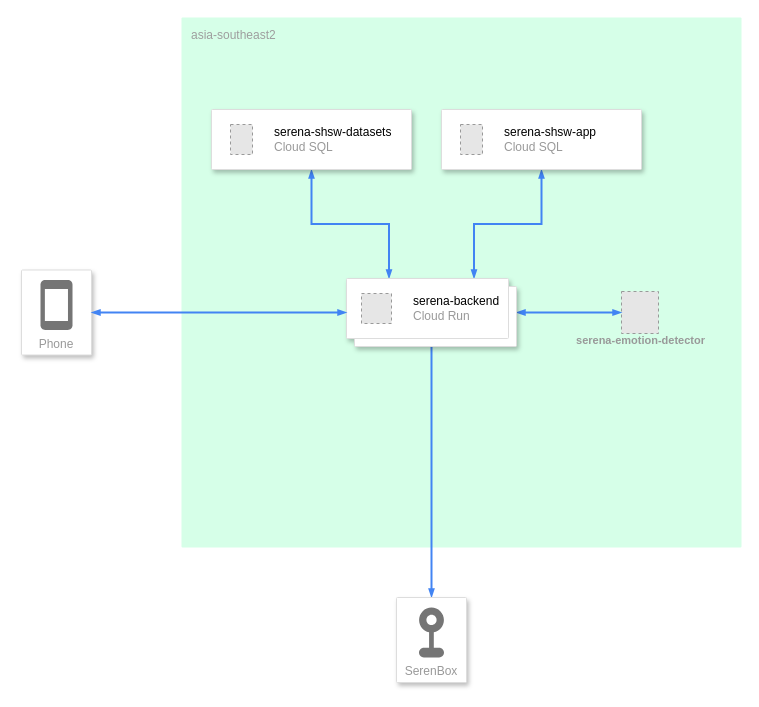
Serena-Smart-Home-Smart-Wellbeing/serena-infrastructure keeps this draw.io diagram as architecture-diagram/serena-architecture.drawio. Above is the earlier version. Source tidied: cells renumbered, new cells numbered last; positions are measured from the earlier drawing's top-left corner, leaving out a move shared by most shapes. Both pictures are drawn from the tidied source at 100%, with x=0, y=0 at pixel (21, 17). Pictures stored in the file or linked from it are replaced by grey dashed boxes.
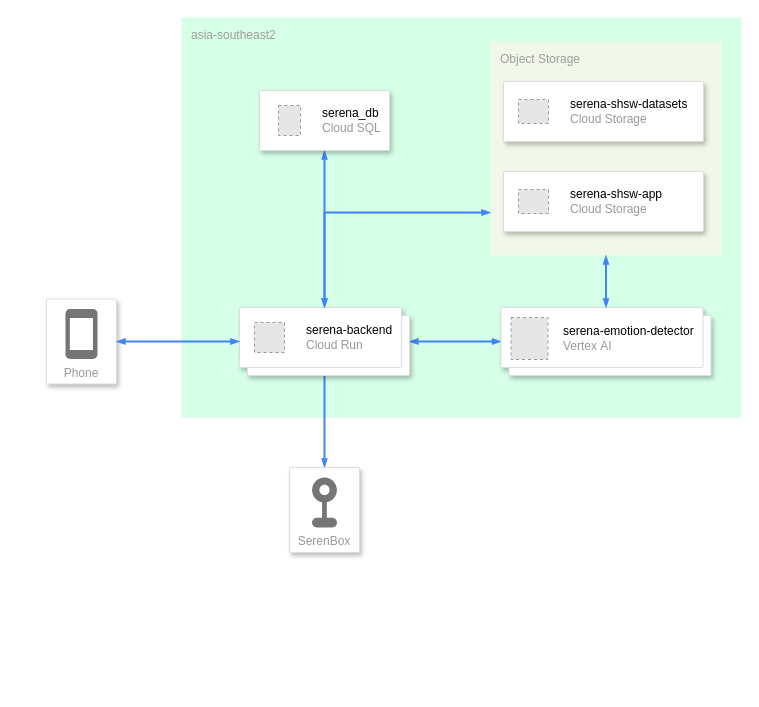
Above is the later version.

Change to the diagram source:
```diff
@@
     <mxCell id="2" value="Phone" style="strokeColor=#dddddd;shadow=1;strokeWidth=1;rounded=1;absoluteArcSize=1;arcSize=2;labelPosition=center;verticalLabelPosition=middle;align=center;verticalAlign=bottom;spacingLeft=0;fontColor=#999999;fontSize=12;whiteSpace=wrap;spacingBottom=2;html=1;" parent="1" vertex="1">
-      <mxGeometry y="252.5" width="70" height="85" as="geometry" />
+      <mxGeometry x="25" y="281.5" width="70" height="85" as="geometry" />
     </mxCell>
@@
     <mxCell id="4" value="asia-southeast2" style="sketch=0;rounded=1;absoluteArcSize=1;arcSize=2;html=1;strokeColor=none;gradientColor=none;shadow=0;dashed=0;fontSize=12;fontColor=#9E9E9E;align=left;verticalAlign=top;spacing=10;spacingTop=-4;whiteSpace=wrap;fillColor=#D6FFE8;glass=0;" parent="1" vertex="1">
-      <mxGeometry x="160" width="560" height="530" as="geometry" />
+      <mxGeometry x="160" width="560" height="400" as="geometry" />
     </mxCell>
-    <mxCell id="5" value="serena-emotion-detector" style="fillColor=#E6E6E6;strokeColor=#999999;dashed=1;html=1;verticalAlign=top;labelPosition=center;verticalLabelPosition=bottom;align=center;spacingTop=-6;fontSize=11;fontStyle=1;fontColor=#999999;" parent="1" vertex="1">
-      <mxGeometry x="600" y="274" width="37" height="42" as="geometry" />
-    </mxCell>
-    <mxCell id="6" style="edgeStyle=orthogonalEdgeStyle;shape=connector;rounded=0;jettySize=auto;html=1;exitX=0.25;exitY=0;exitDx=0;exitDy=0;dashed=0;labelBackgroundColor=default;strokeColor=#4284F3;strokeWidth=2;align=center;verticalAlign=middle;fontFamily=Helvetica;fontSize=12;fontColor=default;endArrow=blockThin;endFill=1;startSize=4;endSize=4;startArrow=blockThin;startFill=1;" parent="1" edge="1" source="10" target="13">
-      <mxGeometry relative="1" as="geometry" />
-    </mxCell>
-    <mxCell id="7" style="edgeStyle=orthogonalEdgeStyle;shape=connector;rounded=0;jettySize=auto;html=1;exitX=0.75;exitY=0;exitDx=0;exitDy=0;dashed=0;labelBackgroundColor=default;strokeColor=#4284F3;strokeWidth=2;align=center;verticalAlign=middle;fontFamily=Helvetica;fontSize=12;fontColor=default;endArrow=blockThin;endFill=1;startSize=4;endSize=4;startArrow=blockThin;startFill=1;" parent="1" edge="1" source="10" target="15">
-      <mxGeometry relative="1" as="geometry" />
-    </mxCell>
@@
-    <mxCell id="9" style="edgeStyle=orthogonalEdgeStyle;shape=connector;rounded=0;jettySize=auto;html=1;exitX=1;exitY=0.5;exitDx=0;exitDy=0;dashed=0;labelBackgroundColor=default;strokeColor=#4284F3;strokeWidth=2;align=center;verticalAlign=middle;fontFamily=Helvetica;fontSize=12;fontColor=default;endArrow=blockThin;endFill=1;startSize=4;endSize=4;startArrow=blockThin;startFill=1;" parent="1" edge="1" source="10" target="5">
-      <mxGeometry relative="1" as="geometry" />
-    </mxCell>
+    <mxCell id="19" style="edgeStyle=orthogonalEdgeStyle;shape=connector;rounded=0;jettySize=auto;html=1;dashed=0;labelBackgroundColor=default;strokeColor=#4284F3;strokeWidth=2;align=center;verticalAlign=middle;fontFamily=Helvetica;fontSize=12;fontColor=default;endArrow=blockThin;endFill=1;startSize=4;endSize=4;startArrow=blockThin;startFill=1;" parent="1" edge="1" source="10" target="32">
+      <mxGeometry relative="1" as="geometry" />
+    </mxCell>
     <mxCell id="10" style="shape=mxgraph.gcp2.doubleRect;strokeColor=#dddddd;shadow=1;strokeWidth=1;rounded=1;absoluteArcSize=1;arcSize=2;" parent="1" vertex="1">
-      <mxGeometry x="325" y="261" width="170" height="68" as="geometry" />
+      <mxGeometry x="218" y="290" width="170" height="68" as="geometry" />
     </mxCell>
@@
-    <mxCell id="13" style="strokeColor=#dddddd;shadow=1;strokeWidth=1;rounded=1;absoluteArcSize=1;arcSize=2;" parent="1" vertex="1">
-      <mxGeometry x="190" y="92" width="200" height="60" as="geometry" />
-    </mxCell>
-    <mxCell id="14" value="&lt;font color=&quot;#000000&quot;&gt;serena-shsw-datasets&lt;br&gt;&lt;/font&gt;Cloud SQL" style="fillColor=#E6E6E6;strokeColor=#999999;dashed=1;html=1;fontColor=#999999;verticalLabelPosition=middle;labelBackgroundColor=#ffffff;verticalAlign=middle;labelPosition=right;align=left;spacingLeft=20;" parent="13" vertex="1">
-      <mxGeometry width="22" height="30" relative="1" as="geometry">
-        <mxPoint x="19" y="15" as="offset" />
-      </mxGeometry>
-    </mxCell>
-    <mxCell id="15" style="strokeColor=#dddddd;shadow=1;strokeWidth=1;rounded=1;absoluteArcSize=1;arcSize=2;" parent="1" vertex="1">
-      <mxGeometry x="420" y="92" width="200" height="60" as="geometry" />
-    </mxCell>
-    <mxCell id="16" value="&lt;font color=&quot;#000000&quot;&gt;serena-shsw-app&lt;br&gt;&lt;/font&gt;Cloud SQL" style="fillColor=#E6E6E6;strokeColor=#999999;dashed=1;html=1;fontColor=#999999;verticalLabelPosition=middle;labelBackgroundColor=#ffffff;verticalAlign=middle;labelPosition=right;align=left;spacingLeft=20;" parent="15" vertex="1">
-      <mxGeometry width="22" height="30" relative="1" as="geometry">
-        <mxPoint x="19" y="15" as="offset" />
-      </mxGeometry>
-    </mxCell>
     <mxCell id="17" value="SerenBox" style="strokeColor=#dddddd;shadow=1;strokeWidth=1;rounded=1;absoluteArcSize=1;arcSize=2;labelPosition=center;verticalLabelPosition=middle;align=center;verticalAlign=bottom;spacingLeft=0;fontColor=#999999;fontSize=12;whiteSpace=wrap;spacingBottom=2;html=1;fontFamily=Helvetica;" parent="1" vertex="1">
-      <mxGeometry x="375" y="580" width="70" height="85" as="geometry" />
+      <mxGeometry x="268" y="450" width="70" height="85" as="geometry" />
     </mxCell>
@@
+    <mxCell id="20" style="edgeStyle=orthogonalEdgeStyle;shape=connector;rounded=0;jettySize=auto;html=1;dashed=0;labelBackgroundColor=default;strokeColor=#4284F3;strokeWidth=2;align=center;verticalAlign=middle;fontFamily=Helvetica;fontSize=12;fontColor=default;endArrow=blockThin;endFill=1;startSize=4;endSize=4;startArrow=blockThin;startFill=1;" parent="1" edge="1" source="21" target="10">
+      <mxGeometry relative="1" as="geometry" />
+    </mxCell>
+    <mxCell id="21" style="strokeColor=#dddddd;shadow=1;strokeWidth=1;rounded=1;absoluteArcSize=1;arcSize=2;fontFamily=Helvetica;fontSize=12;fontColor=default;" parent="1" vertex="1">
+      <mxGeometry x="238" y="73" width="130" height="60" as="geometry" />
+    </mxCell>
+    <mxCell id="22" value="&lt;font color=&quot;#000000&quot;&gt;serena_db&lt;/font&gt;&lt;br&gt;Cloud SQL" style="fillColor=#E6E6E6;strokeColor=#999999;dashed=1;html=1;fontColor=#999999;verticalLabelPosition=middle;labelBackgroundColor=#ffffff;verticalAlign=middle;labelPosition=right;align=left;spacingLeft=20;fontFamily=Helvetica;fontSize=12;" parent="21" vertex="1">
+      <mxGeometry width="22" height="30" relative="1" as="geometry">
+        <mxPoint x="19" y="15" as="offset" />
+      </mxGeometry>
+    </mxCell>
+    <mxCell id="23" style="group;" parent="1" vertex="1">
+      <mxGeometry x="469" y="24" width="231" height="214" as="geometry" />
+    </mxCell>
+    <mxCell id="24" value="Object Storage" style="sketch=0;points=[[0,0,0],[0.25,0,0],[0.5,0,0],[0.75,0,0],[1,0,0],[1,0.25,0],[1,0.5,0],[1,0.75,0],[1,1,0],[0.75,1,0],[0.5,1,0],[0.25,1,0],[0,1,0],[0,0.75,0],[0,0.5,0],[0,0.25,0]];rounded=1;absoluteArcSize=1;arcSize=2;html=1;strokeColor=none;gradientColor=none;shadow=0;dashed=0;fontSize=12;fontColor=#9E9E9E;align=left;verticalAlign=top;spacing=10;spacingTop=-4;whiteSpace=wrap;fillColor=#F1F8E9;fontFamily=Helvetica;" parent="23" vertex="1">
+      <mxGeometry width="231" height="214" as="geometry" />
+    </mxCell>
+    <mxCell id="25" style="group;" parent="23" vertex="1">
+      <mxGeometry x="13" y="40" width="200" height="150" as="geometry" />
+    </mxCell>
+    <mxCell id="26" style="strokeColor=#dddddd;shadow=1;strokeWidth=1;rounded=1;absoluteArcSize=1;arcSize=2;fontFamily=Helvetica;fontSize=12;fontColor=default;" parent="25" vertex="1">
+      <mxGeometry width="200" height="60" as="geometry" />
+    </mxCell>
+    <mxCell id="27" value="&lt;font color=&quot;#000000&quot;&gt;serena-shsw-datasets&lt;/font&gt;&lt;br&gt;Cloud Storage" style="fillColor=#E6E6E6;strokeColor=#999999;dashed=1;html=1;fontColor=#999999;verticalLabelPosition=middle;labelBackgroundColor=#ffffff;verticalAlign=middle;labelPosition=right;align=left;spacingLeft=20;fontFamily=Helvetica;fontSize=12;" parent="26" vertex="1">
+      <mxGeometry width="30" height="24" relative="1" as="geometry">
+        <mxPoint x="15" y="18" as="offset" />
+      </mxGeometry>
+    </mxCell>
+    <mxCell id="28" style="strokeColor=#dddddd;shadow=1;strokeWidth=1;rounded=1;absoluteArcSize=1;arcSize=2;fontFamily=Helvetica;fontSize=12;fontColor=default;" parent="25" vertex="1">
+      <mxGeometry y="90" width="200" height="60" as="geometry" />
+    </mxCell>
+    <mxCell id="29" value="&lt;font color=&quot;#000000&quot;&gt;serena-shsw-app&lt;/font&gt;&lt;br&gt;Cloud Storage" style="fillColor=#E6E6E6;strokeColor=#999999;dashed=1;html=1;fontColor=#999999;verticalLabelPosition=middle;labelBackgroundColor=#ffffff;verticalAlign=middle;labelPosition=right;align=left;spacingLeft=20;fontFamily=Helvetica;fontSize=12;" parent="28" vertex="1">
+      <mxGeometry width="30" height="24" relative="1" as="geometry">
+        <mxPoint x="15" y="18" as="offset" />
+      </mxGeometry>
+    </mxCell>
+    <mxCell id="30" style="edgeStyle=orthogonalEdgeStyle;shape=connector;rounded=0;jettySize=auto;html=1;dashed=0;labelBackgroundColor=default;strokeColor=#4284F3;strokeWidth=2;align=center;verticalAlign=middle;fontFamily=Helvetica;fontSize=12;fontColor=default;endArrow=blockThin;endFill=1;startSize=4;endSize=4;startArrow=blockThin;startFill=1;" parent="1" edge="1" source="24" target="10">
+      <mxGeometry relative="1" as="geometry">
+        <Array as="points">
+          <mxPoint x="303" y="195" />
+        </Array>
+      </mxGeometry>
+    </mxCell>
+    <mxCell id="31" style="group;" parent="1" vertex="1">
+      <mxGeometry x="479.5" y="290" width="210" height="68" as="geometry" />
+    </mxCell>
+    <mxCell id="32" style="shape=mxgraph.gcp2.doubleRect;strokeColor=#dddddd;shadow=1;strokeWidth=1;rounded=1;absoluteArcSize=1;arcSize=2;" parent="31" vertex="1">
+      <mxGeometry width="210" height="68" as="geometry" />
+    </mxCell>
+    <mxCell id="5" style="fillColor=#E6E6E6;strokeColor=#999999;dashed=1;html=1;verticalAlign=top;labelPosition=center;verticalLabelPosition=bottom;align=center;spacingTop=-6;fontSize=11;fontStyle=1;fontColor=#999999;" parent="31" vertex="1">
+      <mxGeometry x="10" y="10" width="37" height="42" as="geometry" />
+    </mxCell>
+    <mxCell id="33" value="serena-emotion-detector&lt;br&gt;&lt;font color=&quot;#999999&quot;&gt;Vertex&amp;nbsp;AI&lt;/font&gt;" style="text;html=1;align=left;verticalAlign=middle;strokeColor=none;fillColor=none;fontSize=12;fontFamily=Helvetica;fontColor=default;" parent="31" vertex="1">
+      <mxGeometry x="60" y="11" width="150" height="40" as="geometry" />
+    </mxCell>
+    <mxCell id="34" style="edgeStyle=orthogonalEdgeStyle;shape=connector;rounded=0;jettySize=auto;html=1;dashed=0;labelBackgroundColor=default;strokeColor=#4284F3;strokeWidth=2;align=center;verticalAlign=middle;fontFamily=Helvetica;fontSize=12;fontColor=default;endArrow=blockThin;endFill=1;startSize=4;endSize=4;startArrow=blockThin;startFill=1;" parent="1" edge="1" source="32" target="24">
+      <mxGeometry relative="1" as="geometry" />
+    </mxCell>
```
